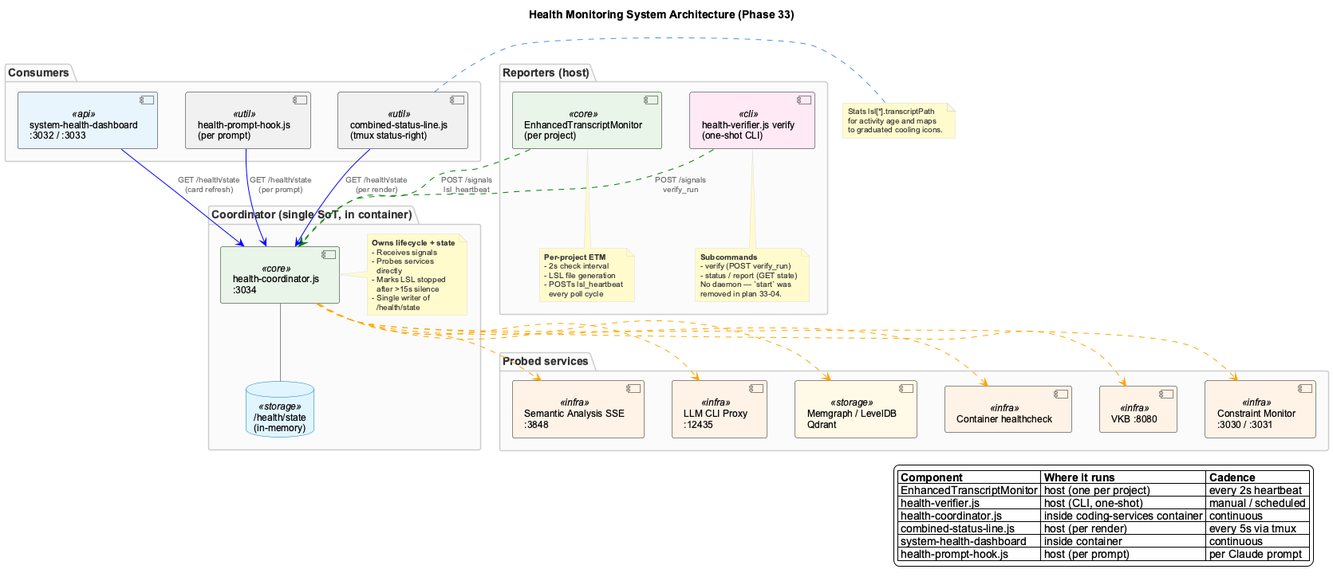
Above: docs/images/health-monitoring-overview.png in fwornle/coding (PlantUML), before the change. The source it was exported from:
```plantuml
@startuml health-monitoring-overview
!include _standard-style.puml

title Health Monitoring System Architecture (Phase 33)

top to bottom direction

package "Reporters (host)" {
  component "EnhancedTranscriptMonitor\n(per project)" as ETM <<core>>
  component "health-verifier.js verify\n(one-shot CLI)" as VERIFIER <<cli>>
  note bottom of ETM
    **Per-project ETM**
    - 2s check interval
    - LSL file generation
    - POSTs lsl_heartbeat
      every poll cycle
  end note
  note bottom of VERIFIER
    **Subcommands**
    - verify (POST verify_run)
    - status / report (GET state)
    No daemon — `start` was
    removed in plan 33-04.
  end note
}

package "Coordinator (single SoT, in container)" {
  component "health-coordinator.js\n:3034" as COORD <<core>>
  database "/health/state\n(in-memory)" as STATE <<storage>>
  COORD -[#888]- STATE
  note right of COORD
    **Owns lifecycle + state**
    - Receives signals
    - Probes services
      directly
    - Marks LSL stopped
      after >15s silence
    - Single writer of
      /health/state
  end note
}

package "Consumers" {
  component "combined-status-line.js\n(tmux status-right)" as STATUSLINE <<util>>
  component "system-health-dashboard\n:3032 / :3033" as DASHBOARD <<api>>
  component "health-prompt-hook.js\n(per prompt)" as HOOK <<util>>
}

package "Probed services" {
  component "VKB :8080" as VKB <<infra>>
  component "Constraint Monitor\n:3030 / :3031" as CM <<infra>>
  component "Semantic Analysis SSE\n:3848" as SA <<infra>>
  component "LLM CLI Proxy\n:12435" as PROXY <<infra>>
  component "Memgraph / LevelDB\nQdrant" as DBS <<storage>>
  component "Container healthcheck" as CONTAINER <<infra>>
}

ETM -[#green,dashed]-> COORD : POST /signals\nlsl_heartbeat
VERIFIER -[#green,dashed]-> COORD : POST /signals\nverify_run

COORD -[#orange,dashed]-> VKB
COORD -[#orange,dashed]-> CM
COORD -[#orange,dashed]-> SA
COORD -[#orange,dashed]-> PROXY
COORD -[#orange,dashed]-> DBS
COORD -[#orange,dashed]-> CONTAINER

STATUSLINE -[#blue]-> COORD : GET /health/state\n(per render)
DASHBOARD  -[#blue]-> COORD : GET /health/state\n(card refresh)
HOOK       -[#blue]-> COORD : GET /health/state\n(per prompt)

note right of STATUSLINE
  Stats lsl[*].transcriptPath
  for activity age and maps
  to graduated cooling icons.
end note

legend right
  |= Component |= Where it runs |= Cadence |
  | EnhancedTranscriptMonitor | host (one per project) | every 2s heartbeat |
  | health-verifier.js | host (CLI, one-shot) | manual / scheduled |
  | health-coordinator.js | inside coding-services container | continuous |
  | combined-status-line.js | host (per render) | every 5s via tmux |
  | system-health-dashboard | inside container | continuous |
  | health-prompt-hook.js | host (per prompt) | per Claude prompt |
endlegend

@enduml
```
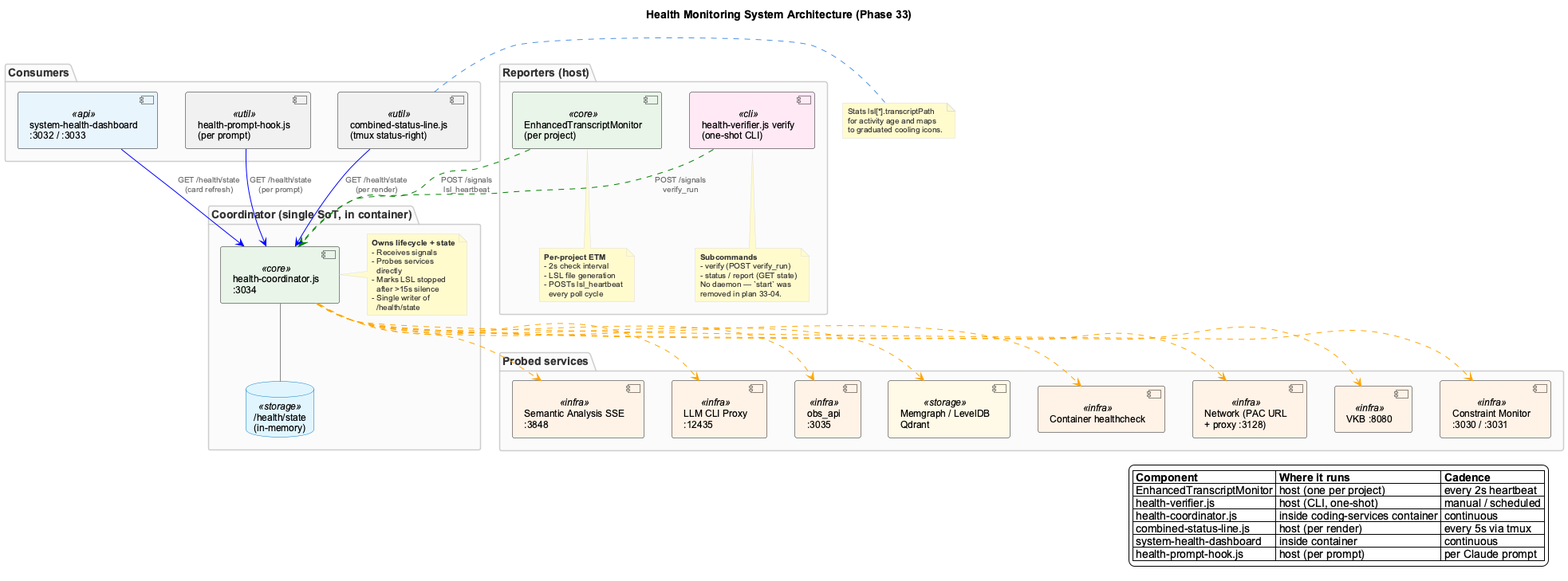
The same file after the commit.

Change to the diagram source:
```diff
@@ -51,8 +51,10 @@
   component "Constraint Monitor\n:3030 / :3031" as CM <<infra>>
   component "Semantic Analysis SSE\n:3848" as SA <<infra>>
   component "LLM CLI Proxy\n:12435" as PROXY <<infra>>
+  component "obs_api\n:3035" as OBS <<infra>>
   component "Memgraph / LevelDB\nQdrant" as DBS <<storage>>
   component "Container healthcheck" as CONTAINER <<infra>>
+  component "Network (PAC URL\n+ proxy :3128)" as NET <<infra>>
 }
 
 ETM -[#green,dashed]-> COORD : POST /signals\nlsl_heartbeat
@@ -64,6 +66,9 @@
 COORD -[#orange,dashed]-> PROXY
 COORD -[#orange,dashed]-> DBS
 COORD -[#orange,dashed]-> CONTAINER
+
+COORD -[#orange,dashed]-> OBS
+COORD -[#orange,dashed]-> NET
 
 STATUSLINE -[#blue]-> COORD : GET /health/state\n(per render)
 DASHBOARD  -[#blue]-> COORD : GET /health/state\n(card refresh)
```
